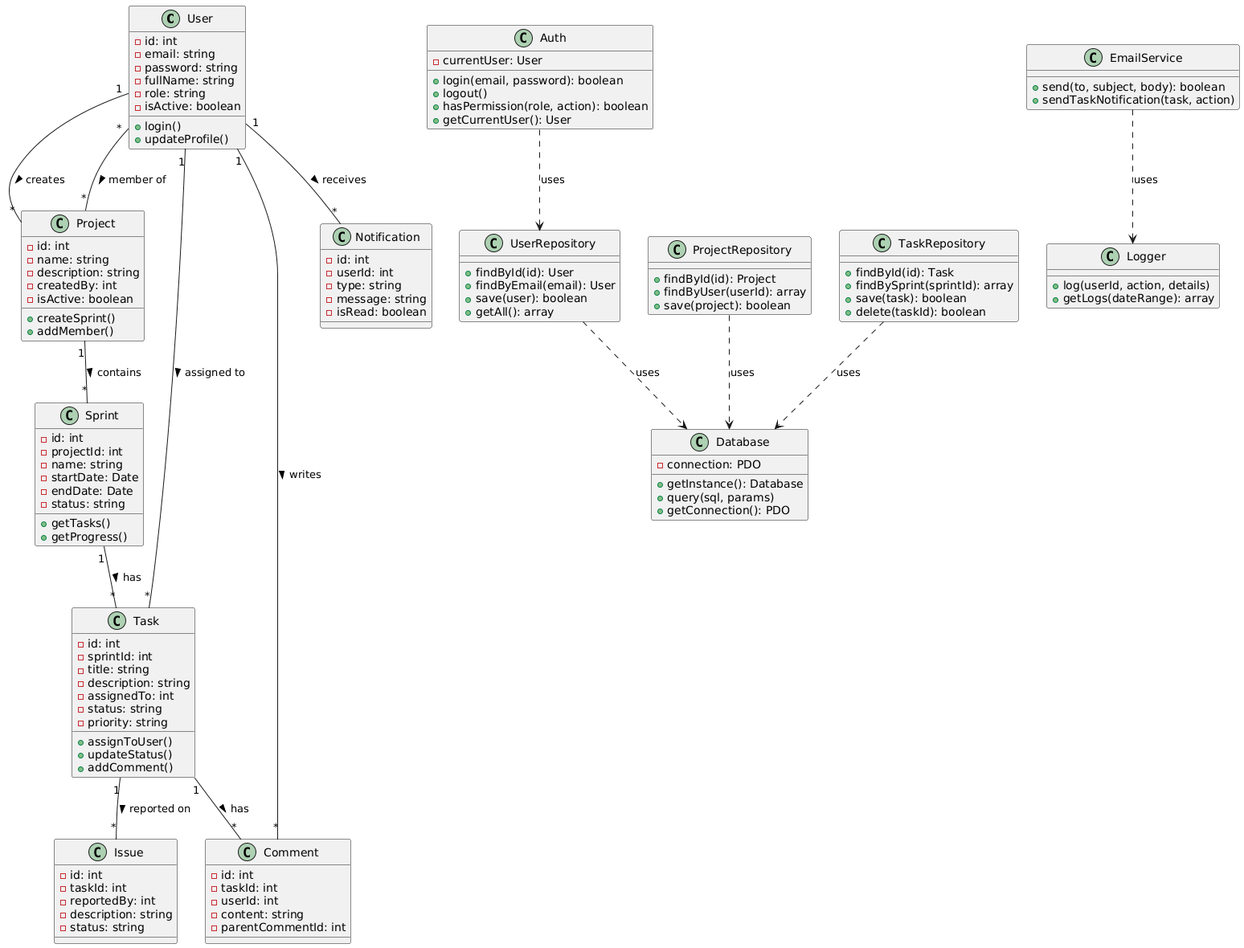
idhsn/Athena keeps this PlantUML diagram as db/so.png. Above is the earlier version.
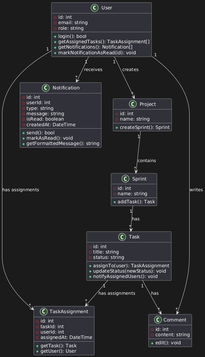
The same file after the commit.

Commit message:
modifications in the UML after understanding the project properly + creating the db

The edit, as a diff of the source:
```diff
@@ -2,54 +2,32 @@
 class User {
   -id: int
   -email: string
-  -password: string
-  -fullName: string
   -role: string
-  -isActive: boolean
-  +login()
-  +updateProfile()
-}
 
-class Project {
-  -id: int
-  -name: string
-  -description: string
-  -createdBy: int
-  -isActive: boolean
-  +createSprint()
-  +addMember()
-}
-
-class Sprint {
-  -id: int
-  -projectId: int
-  -name: string
-  -startDate: Date
-  -endDate: Date
-  -status: string
-  +getTasks()
-  +getProgress()
+  +login(): bool
+  +getAssignedTasks(): TaskAssignment[]
+  +getNotifications(): Notification[]
+  +markNotificationAsRead(id): void
 }
 
 class Task {
   -id: int
-  -sprintId: int
   -title: string
-  -description: string
-  -assignedTo: int
   -status: string
-  -priority: string
-  +assignToUser()
-  +updateStatus()
-  +addComment()
+
+  +assignTo(user): TaskAssignment
+  +updateStatus(newStatus): void
+  +notifyAssignedUsers(): void
 }
 
-class Comment {
+class TaskAssignment {
   -id: int
   -taskId: int
   -userId: int
-  -content: string
-  -parentCommentId: int
+  -assignedAt: DateTime
+
+  +getTask(): Task
+  +getUser(): User
 }
 
 class Notification {
@@ -58,74 +36,42 @@
   -type: string
   -message: string
   -isRead: boolean
+  -createdAt: DateTime
+
+  +send(): bool
+  +markAsRead(): void
+  +getFormattedMessage(): string
 }
 
-class Issue {
+class Project {
   -id: int
-  -taskId: int
-  -reportedBy: int
-  -description: string
-  -status: string
+  -name: string
+
+  +createSprint(): Sprint
 }
 
-class Auth {
-  -currentUser: User
-  +login(email, password): boolean
-  +logout()
-  +hasPermission(role, action): boolean
-  +getCurrentUser(): User
+class Sprint {
+  -id: int
+  -name: string
+
+  +addTask(): Task
 }
 
-class Database {
-  -connection: PDO
-  +getInstance(): Database
-  +query(sql, params)
-  +getConnection(): PDO
+class Comment {
+  -id: int
+  -content: string
+
+  +edit(): void
 }
 
-class EmailService {
-  +send(to, subject, body): boolean
-  +sendTaskNotification(task, action)
-}
+User "1" --> "*" Project : creates
+Project "1" --> "*" Sprint : contains
+Sprint "1" --> "*" Task : has
+Task "1" --> "*" Comment : has
+User "1" --> "*" Comment : writes
 
-class Logger {
-  +log(userId, action, details)
-  +getLogs(dateRange): array
-}
+User "1" --> "*" TaskAssignment : has assignments
+Task "1" --> "*" TaskAssignment : has assignments
 
-class UserRepository {
-  +findById(id): User
-  +findByEmail(email): User
-  +save(user): boolean
-  +getAll(): array
-}
-
-class ProjectRepository {
-  +findById(id): Project
-  +findByUser(userId): array
-  +save(project): boolean
-}
-
-class TaskRepository {
-  +findById(id): Task
-  +findBySprint(sprintId): array
-  +save(task): boolean
-  +delete(taskId): boolean
-}
-
-User "1" -- "*" Project : creates >
-Project "1" -- "*" Sprint : contains >
-Sprint "1" -- "*" Task : has >
-User "*" -- "*" Project : member of >
-User "1" -- "*" Task : assigned to >
-Task "1" -- "*" Comment : has >
-User "1" -- "*" Comment : writes >
-User "1" -- "*" Notification : receives >
-Task "1" -- "*" Issue : reported on >
-
-UserRepository ..> Database : uses
-ProjectRepository ..> Database : uses
-TaskRepository ..> Database : uses
-Auth ..> UserRepository : uses
-EmailService ..> Logger : uses
+User "1" --> "*" Notification : receives
 @enduml
```
